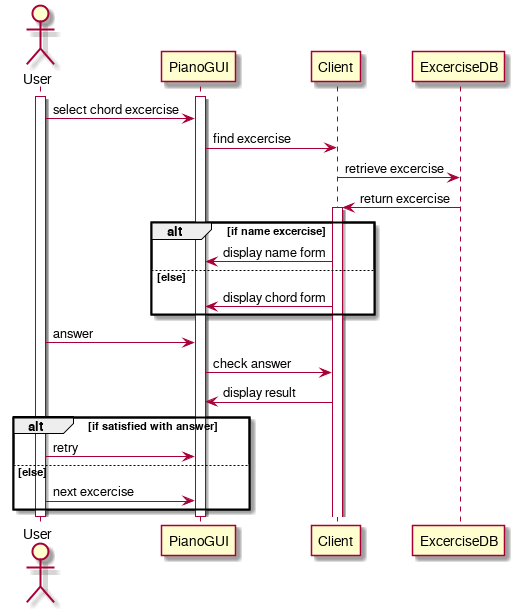
devinchristianson/daj keeps this PlantUML diagram as docs/assets/uml/chordExcerciseSequenceAnalysis.png. Above is the earlier version.
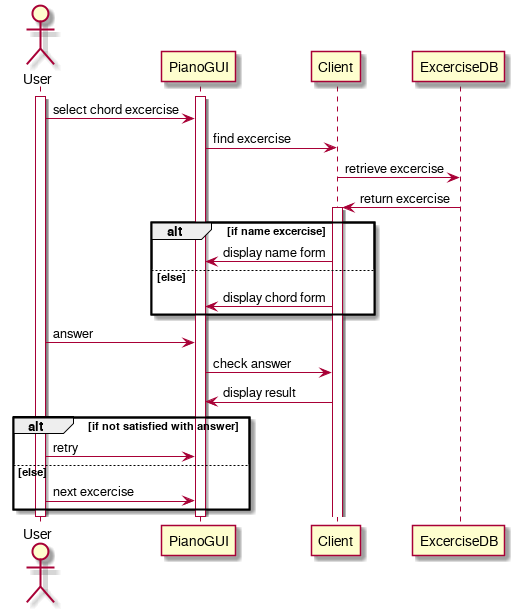
After the commit.

What changed in the source:
```diff
@@ -18,7 +18,7 @@
 User -> PianoGUI: answer
 PianoGUI -> Client: check answer
 Client -> PianoGUI: display result
-alt if satisfied with answer
+alt if not satisfied with answer
 User -> PianoGUI: retry
 else else
 User -> PianoGUI: next excercise
```
